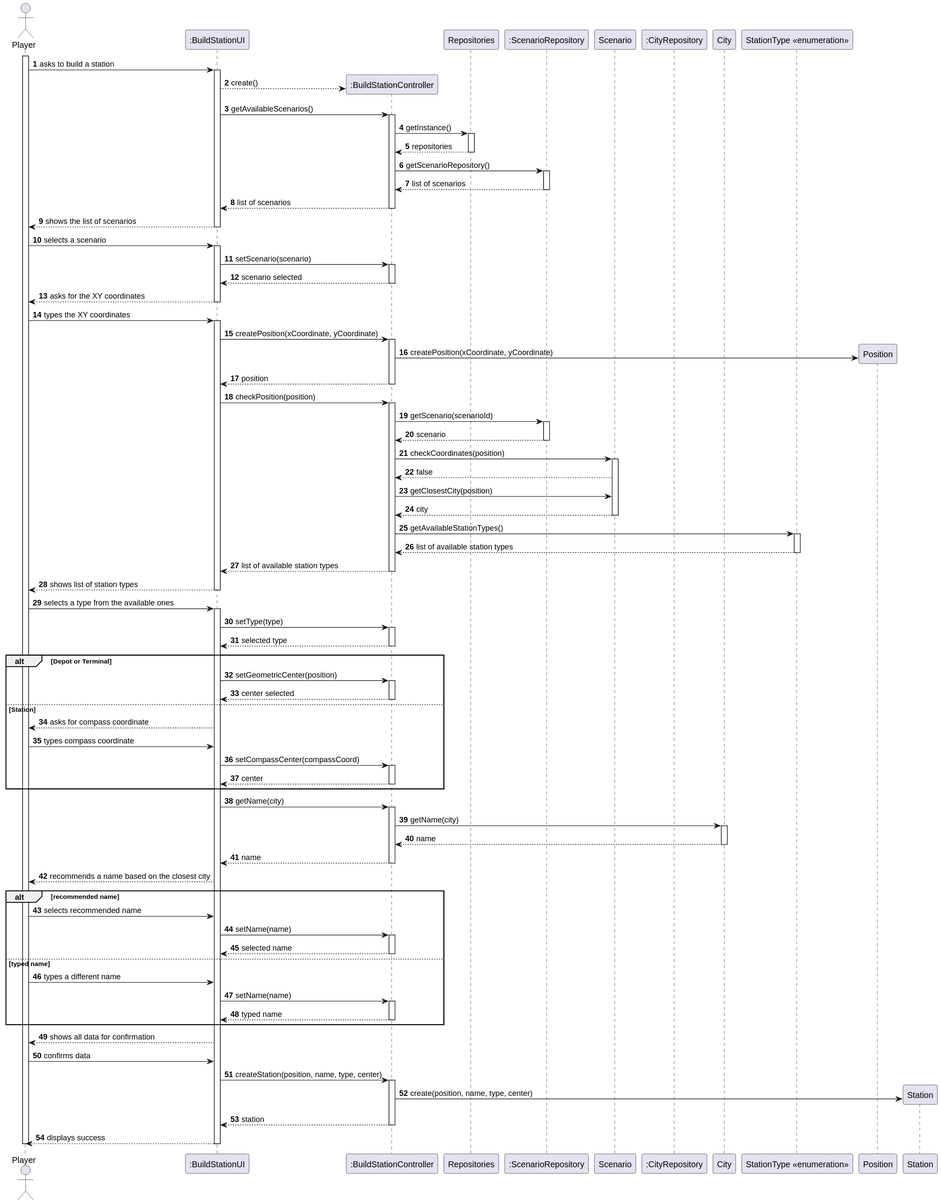
Earlier version of the PlantUML export Sprint2/US005/03.design/svg/US005-SD-full.svg (1240935/pi2-railway-simulator). Source of this version:
```plantuml
@startuml
skinparam packageStyle rectangle
skinparam shadowing false

autonumber

actor "Player" as PLAYER
participant ":BuildStationUI" as UI
participant ":BuildStationController" as CTRL
participant "Repositories" as REPOS
participant ":ScenarioRepository" as SCEN_REPO
participant "Scenario" as SCENARIO
participant ":CityRepository" as CITY_REPO
participant "City" as CITY
participant "StationType <<enumeration>>" as TYPE
participant "Position" as POSITION
participant "Station" as STATION


activate PLAYER

    PLAYER -> UI : asks to build a station
    activate UI

       UI --> CTRL** : create()

        UI -> CTRL : getAvailableScenarios()
        activate CTRL

                CTRL -> REPOS : getInstance()
                activate REPOS

                REPOS --> CTRL: repositories

                deactivate REPOS

            CTRL -> SCEN_REPO : getScenarioRepository()
            activate SCEN_REPO

            SCEN_REPO --> CTRL : list of scenarios

            deactivate SCEN_REPO
        CTRL --> UI : list of scenarios
        deactivate CTRL

        UI --> PLAYER : shows the list of scenarios
    deactivate UI

    PLAYER -> UI : selects a scenario
    activate UI

        UI -> CTRL :setScenario(scenario)

        activate CTRL

        CTRL --> UI : scenario selected

        deactivate CTRL

         UI --> PLAYER :  asks for the XY coordinates
    deactivate UI


    PLAYER -> UI : types the XY coordinates
    activate UI

        UI -> CTRL : createPosition(xCoordinate, yCoordinate)
        activate CTRL
        CTRL -> POSITION **: createPosition(xCoordinate, yCoordinate)

        CTRL --> UI : position
        deactivate CTRL

        UI -> CTRL : checkPosition(position)

        activate CTRL

            CTRL -> SCEN_REPO : getScenario(scenarioId)

            activate SCEN_REPO
                SCEN_REPO --> CTRL : scenario
            deactivate SCEN_REPO

            CTRL -> SCENARIO : checkCoordinates(position)

            activate SCENARIO

            SCENARIO --> CTRL : false

            CTRL -> SCENARIO : getClosestCity(position)
            SCENARIO --> CTRL : city

            deactivate SCENARIO

            CTRL -> TYPE : getAvailableStationTypes()
            activate TYPE
                TYPE --> CTRL : list of available station types
            deactivate TYPE
            CTRL --> UI : list of available station types
    deactivate CTRL



    UI --> PLAYER : shows list of station types

    deactivate UI

    PLAYER -> UI : selects a type from the available ones

    activate UI
        UI -> CTRL : setType(type)

        activate CTRL

        CTRL --> UI : selected type

        deactivate CTRL

    alt Depot or Terminal
        UI -> CTRL : setGeometricCenter(position)
        activate CTRL
        CTRL --> UI : center selected
        deactivate CTRL
    else Station
        UI --> PLAYER : asks for compass coordinate

        PLAYER -> UI : types compass coordinate
        UI -> CTRL : setCompassCenter(compassCoord)

        activate CTRL

        CTRL --> UI : center


        deactivate CTRL

        end alt

        UI -> CTRL: getName(city)
        activate CTRL


                                CTRL -> CITY : getName(city)

                                activate CITY

                                CITY --> CTRL : name

                                deactivate CITY

                                CTRL --> UI : name
                deactivate CTRL


        UI --> PLAYER : recommends a name based on the closest city

        alt recommended name
            PLAYER -> UI : selects recommended name
            UI -> CTRL : setName(name)
            activate CTRL
            CTRL --> UI : selected name
            deactivate CTRL
        else typed name
            PLAYER -> UI : types a different name

        UI -> CTRL : setName(name)

        activate CTRL
        CTRL --> UI : typed name
        deactivate CTRL

       end alt
    UI --> PLAYER : shows all data for confirmation
    PLAYER -> UI : confirms data

        UI -> CTRL : createStation(position, name, type, center)
        activate CTRL
            CTRL -> STATION **: create(position, name, type, center)

        CTRL --> UI : station
        deactivate CTRL

    UI --> PLAYER : displays success
    deactivate UI

deactivate PLAYER
@enduml
```
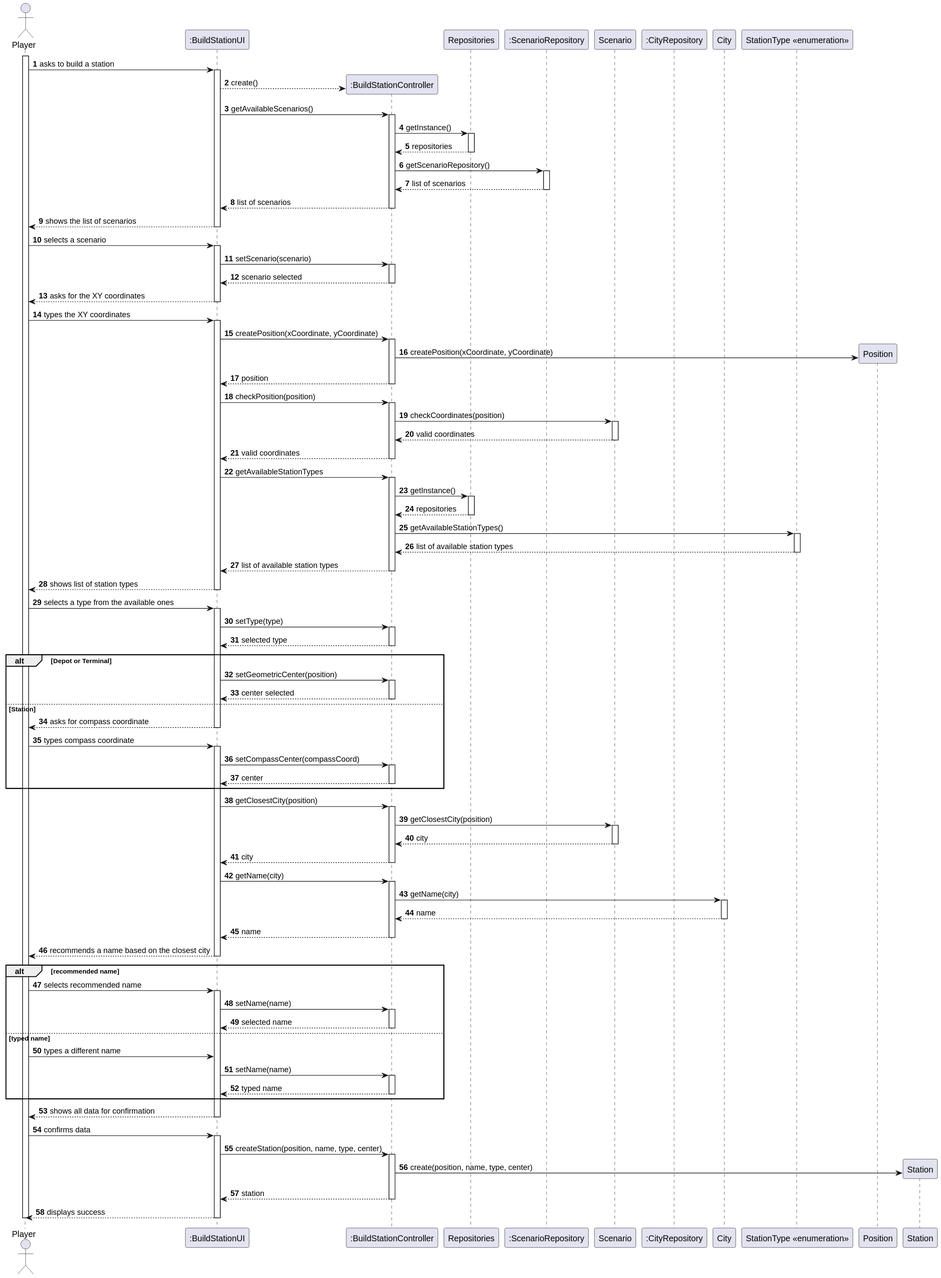
The same diagram one commit later.

What changed in the source:
```diff
@@ -75,22 +75,25 @@
 
         activate CTRL
 
-            CTRL -> SCEN_REPO : getScenario(scenarioId)
-
-            activate SCEN_REPO
-                SCEN_REPO --> CTRL : scenario
-            deactivate SCEN_REPO
-
             CTRL -> SCENARIO : checkCoordinates(position)
 
             activate SCENARIO
 
-            SCENARIO --> CTRL : false
-
-            CTRL -> SCENARIO : getClosestCity(position)
-            SCENARIO --> CTRL : city
+            SCENARIO --> CTRL : valid coordinates
 
             deactivate SCENARIO
+
+            CTRL --> UI: valid coordinates
+            deactivate CTRL
+            UI -> CTRL: getAvailableStationTypes
+            activate CTRL
+
+            CTRL -> REPOS : getInstance()
+                            activate REPOS
+
+                            REPOS --> CTRL: repositories
+
+                            deactivate REPOS
 
             CTRL -> TYPE : getAvailableStationTypes()
             activate TYPE
@@ -123,8 +126,10 @@
         deactivate CTRL
     else Station
         UI --> PLAYER : asks for compass coordinate
+        deactivate   UI
 
         PLAYER -> UI : types compass coordinate
+        activate UI
         UI -> CTRL : setCompassCenter(compassCoord)
 
         activate CTRL
@@ -135,7 +140,15 @@
         deactivate CTRL
 
         end alt
+        UI -> CTRL: getClosestCity(position)
+        activate CTRL
+        CTRL -> SCENARIO : getClosestCity(position)
+                    activate SCENARIO
+                    SCENARIO --> CTRL : city
 
+                    deactivate SCENARIO
+                    CTRL --> UI: city
+                    deactivate CTRL
         UI -> CTRL: getName(city)
         activate CTRL
 
@@ -153,9 +166,11 @@
 
 
         UI --> PLAYER : recommends a name based on the closest city
+        deactivate UI
 
         alt recommended name
             PLAYER -> UI : selects recommended name
+            activate UI
             UI -> CTRL : setName(name)
             activate CTRL
             CTRL --> UI : selected name
@@ -171,7 +186,9 @@
 
        end alt
     UI --> PLAYER : shows all data for confirmation
+    deactivate UI
     PLAYER -> UI : confirms data
+    activate UI
 
         UI -> CTRL : createStation(position, name, type, center)
         activate CTRL
```
